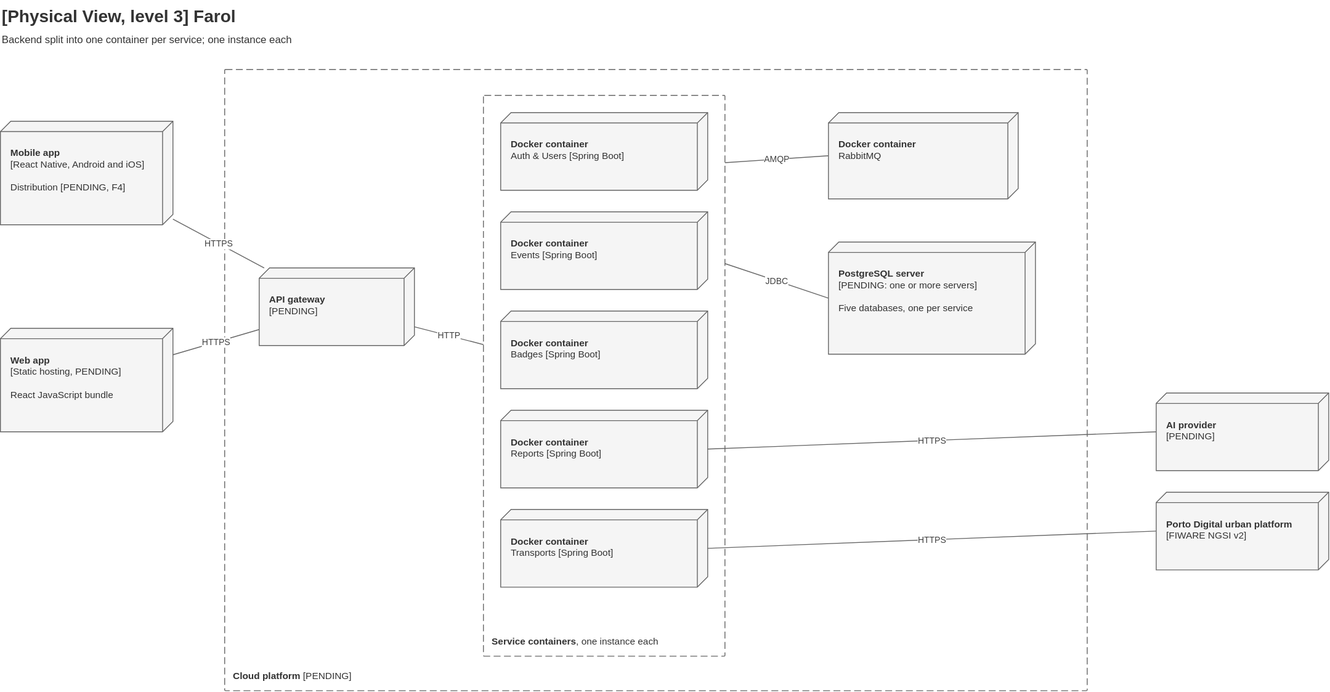
tomasoliveira21/LABDSOF keeps this draw.io diagram as Docs/Technical/diagrams/physical-view-level-3.drawio.svg. Above is the earlier version. Source tidied: cells renumbered, new cells last; positions are measured from the earlier drawing's top-left corner, leaving out a move shared by most shapes.
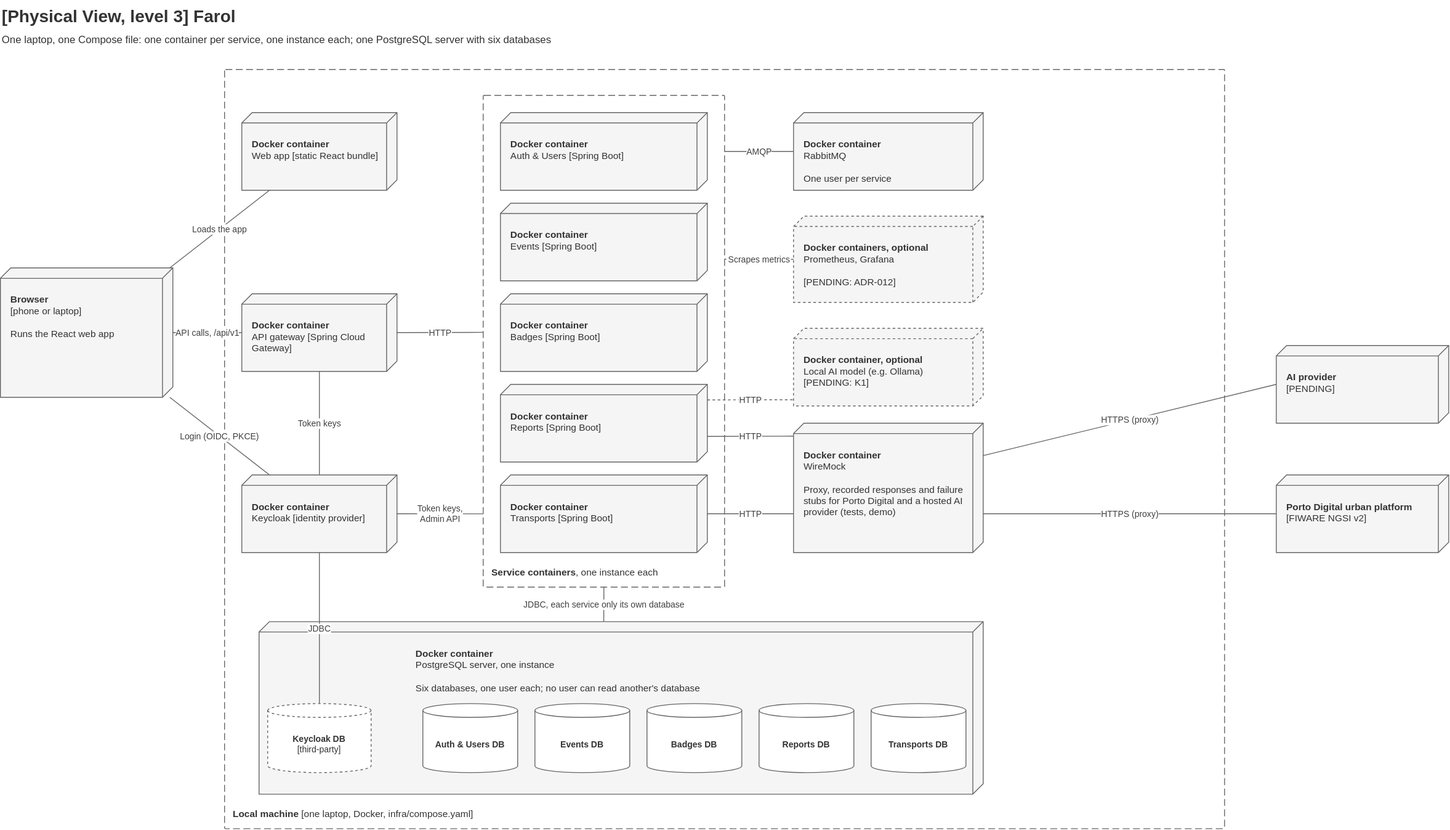
The same file after the commit.

What changed in the source:
```diff
@@ -2,71 +2,125 @@
   <root>
     <mxCell id="0" />
     <mxCell id="1" parent="0" />
-    <mxCell id="2" value="&lt;b&gt;[Physical View, level 3] Farol&lt;/b&gt;&lt;br&gt;&lt;font style=&quot;font-size:12px&quot;&gt;Backend split into one container per service; one instance each&lt;/font&gt;" style="text;html=1;align=left;verticalAlign=top;fontSize=20;fontColor=#333333;" parent="1" vertex="1">
-      <mxGeometry width="1000" height="60" as="geometry" />
+    <mxCell id="2" value="&lt;b&gt;[Physical View, level 3] Farol&lt;/b&gt;&lt;br&gt;&lt;font style=&quot;font-size:12px&quot;&gt;One laptop, one Compose file: one container per service, one instance each; one PostgreSQL server with six databases&lt;/font&gt;" style="text;html=1;align=left;verticalAlign=top;fontSize=20;fontColor=#333333;" parent="1" vertex="1">
+      <mxGeometry width="1100" height="60" as="geometry" />
     </mxCell>
-    <mxCell id="3" value="&lt;b&gt;Mobile app&lt;/b&gt;&lt;br&gt;[React Native, Android and iOS]&lt;br&gt;&lt;br&gt;Distribution [PENDING, F4]" style="shape=cube;size=12;flipH=1;whiteSpace=wrap;html=1;fillColor=#f5f5f5;strokeColor=#666666;fontColor=#333333;verticalAlign=top;align=left;spacing=12;spacingTop=14;fontSize=11;" parent="1" vertex="1">
-      <mxGeometry y="140" width="200" height="120" as="geometry" />
-    </mxCell>
-    <mxCell id="4" value="&lt;b&gt;Web app&lt;/b&gt;&lt;br&gt;[Static hosting, PENDING]&lt;br&gt;&lt;br&gt;React JavaScript bundle" style="shape=cube;size=12;flipH=1;whiteSpace=wrap;html=1;fillColor=#f5f5f5;strokeColor=#666666;fontColor=#333333;verticalAlign=top;align=left;spacing=12;spacingTop=14;fontSize=11;" parent="1" vertex="1">
-      <mxGeometry y="380" width="200" height="120" as="geometry" />
-    </mxCell>
-    <mxCell id="5" value="&lt;b&gt;Cloud platform&lt;/b&gt; [PENDING]" style="rounded=1;arcSize=2;absoluteArcSize=1;whiteSpace=wrap;html=1;dashed=1;dashPattern=8 4;fillColor=none;strokeColor=#666666;fontColor=#333333;align=left;verticalAlign=bottom;spacing=10;fontSize=11;" parent="1" vertex="1">
-      <mxGeometry x="260" y="80" width="1000" height="720" as="geometry" />
-    </mxCell>
+    <mxCell id="24" value="&lt;b&gt;Browser&lt;/b&gt;&lt;br&gt;[phone or laptop]&lt;br&gt;&lt;br&gt;Runs the React web app" style="shape=cube;size=12;flipH=1;whiteSpace=wrap;html=1;fillColor=#f5f5f5;strokeColor=#666666;fontColor=#333333;verticalAlign=top;align=left;spacing=12;spacingTop=14;fontSize=11;" parent="1" vertex="1">
+      <mxGeometry y="310" width="200" height="150" as="geometry" />
+    </mxCell>
+    <mxCell id="25" value="&lt;b&gt;Local machine&lt;/b&gt; [one laptop, Docker, infra/compose.yaml]" style="rounded=1;arcSize=2;absoluteArcSize=1;whiteSpace=wrap;html=1;dashed=1;dashPattern=8 4;fillColor=none;strokeColor=#666666;fontColor=#333333;align=left;verticalAlign=bottom;spacing=10;fontSize=11;" parent="1" vertex="1">
+      <mxGeometry x="260" y="80" width="1160" height="880" as="geometry" />
+    </mxCell>
+    <mxCell id="26" value="&lt;b&gt;Docker container&lt;/b&gt;&lt;br&gt;Web app [static React bundle]" style="shape=cube;size=12;flipH=1;whiteSpace=wrap;html=1;fillColor=#f5f5f5;strokeColor=#666666;fontColor=#333333;verticalAlign=top;align=left;spacing=12;spacingTop=14;fontSize=11;" parent="1" vertex="1">
+      <mxGeometry x="280" y="130" width="180" height="90" as="geometry" />
+    </mxCell>
-    <mxCell id="6" value="&lt;b&gt;API gateway&lt;/b&gt;&lt;br&gt;[PENDING]" style="shape=cube;size=12;flipH=1;whiteSpace=wrap;html=1;fillColor=#f5f5f5;strokeColor=#666666;fontColor=#333333;verticalAlign=top;align=left;spacing=12;spacingTop=14;fontSize=11;" parent="1" vertex="1">
-      <mxGeometry x="300" y="310" width="180" height="90" as="geometry" />
+    <mxCell id="6" value="&lt;b&gt;Docker container&lt;/b&gt;&lt;br&gt;API gateway [Spring Cloud Gateway]" style="shape=cube;size=12;flipH=1;whiteSpace=wrap;html=1;fillColor=#f5f5f5;strokeColor=#666666;fontColor=#333333;verticalAlign=top;align=left;spacing=12;spacingTop=14;fontSize=11;" parent="1" vertex="1">
+      <mxGeometry x="280" y="340" width="180" height="90" as="geometry" />
     </mxCell>
+    <mxCell id="27" value="&lt;b&gt;Docker container&lt;/b&gt;&lt;br&gt;Keycloak [identity provider]" style="shape=cube;size=12;flipH=1;whiteSpace=wrap;html=1;fillColor=#f5f5f5;strokeColor=#666666;fontColor=#333333;verticalAlign=top;align=left;spacing=12;spacingTop=14;fontSize=11;" parent="1" vertex="1">
+      <mxGeometry x="280" y="550" width="180" height="90" as="geometry" />
+    </mxCell>
     <mxCell id="7" value="&lt;b&gt;Service containers&lt;/b&gt;, one instance each" style="rounded=1;arcSize=2;absoluteArcSize=1;whiteSpace=wrap;html=1;dashed=1;dashPattern=8 4;fillColor=none;strokeColor=#666666;fontColor=#333333;align=left;verticalAlign=bottom;spacing=10;fontSize=11;" parent="1" vertex="1">
-      <mxGeometry x="560" y="110" width="280" height="650" as="geometry" />
+      <mxGeometry x="560" y="110" width="280" height="570" as="geometry" />
     </mxCell>
     <mxCell id="8" value="&lt;b&gt;Docker container&lt;/b&gt;&lt;br&gt;Auth &amp;amp; Users [Spring Boot]" style="shape=cube;size=12;flipH=1;whiteSpace=wrap;html=1;fillColor=#f5f5f5;strokeColor=#666666;fontColor=#333333;verticalAlign=top;align=left;spacing=12;spacingTop=14;fontSize=11;" parent="1" vertex="1">
       <mxGeometry x="580" y="130" width="240" height="90" as="geometry" />
     </mxCell>
     <mxCell id="9" value="&lt;b&gt;Docker container&lt;/b&gt;&lt;br&gt;Events [Spring Boot]" style="shape=cube;size=12;flipH=1;whiteSpace=wrap;html=1;fillColor=#f5f5f5;strokeColor=#666666;fontColor=#333333;verticalAlign=top;align=left;spacing=12;spacingTop=14;fontSize=11;" parent="1" vertex="1">
-      <mxGeometry x="580" y="245" width="240" height="90" as="geometry" />
+      <mxGeometry x="580" y="235" width="240" height="90" as="geometry" />
     </mxCell>
     <mxCell id="10" value="&lt;b&gt;Docker container&lt;/b&gt;&lt;br&gt;Badges [Spring Boot]" style="shape=cube;size=12;flipH=1;whiteSpace=wrap;html=1;fillColor=#f5f5f5;strokeColor=#666666;fontColor=#333333;verticalAlign=top;align=left;spacing=12;spacingTop=14;fontSize=11;" parent="1" vertex="1">
-      <mxGeometry x="580" y="360" width="240" height="90" as="geometry" />
+      <mxGeometry x="580" y="340" width="240" height="90" as="geometry" />
     </mxCell>
     <mxCell id="11" value="&lt;b&gt;Docker container&lt;/b&gt;&lt;br&gt;Reports [Spring Boot]" style="shape=cube;size=12;flipH=1;whiteSpace=wrap;html=1;fillColor=#f5f5f5;strokeColor=#666666;fontColor=#333333;verticalAlign=top;align=left;spacing=12;spacingTop=14;fontSize=11;" parent="1" vertex="1">
-      <mxGeometry x="580" y="475" width="240" height="90" as="geometry" />
+      <mxGeometry x="580" y="445" width="240" height="90" as="geometry" />
     </mxCell>
     <mxCell id="12" value="&lt;b&gt;Docker container&lt;/b&gt;&lt;br&gt;Transports [Spring Boot]" style="shape=cube;size=12;flipH=1;whiteSpace=wrap;html=1;fillColor=#f5f5f5;strokeColor=#666666;fontColor=#333333;verticalAlign=top;align=left;spacing=12;spacingTop=14;fontSize=11;" parent="1" vertex="1">
-      <mxGeometry x="580" y="590" width="240" height="90" as="geometry" />
+      <mxGeometry x="580" y="550" width="240" height="90" as="geometry" />
     </mxCell>
-    <mxCell id="13" value="&lt;b&gt;Docker container&lt;/b&gt;&lt;br&gt;RabbitMQ" style="shape=cube;size=12;flipH=1;whiteSpace=wrap;html=1;fillColor=#f5f5f5;strokeColor=#666666;fontColor=#333333;verticalAlign=top;align=left;spacing=12;spacingTop=14;fontSize=11;" parent="1" vertex="1">
-      <mxGeometry x="960" y="130" width="220" height="100" as="geometry" />
+    <mxCell id="13" value="&lt;b&gt;Docker container&lt;/b&gt;&lt;br&gt;RabbitMQ&lt;br&gt;&lt;br&gt;One user per service" style="shape=cube;size=12;flipH=1;whiteSpace=wrap;html=1;fillColor=#f5f5f5;strokeColor=#666666;fontColor=#333333;verticalAlign=top;align=left;spacing=12;spacingTop=14;fontSize=11;" parent="1" vertex="1">
+      <mxGeometry x="920" y="130" width="220" height="90" as="geometry" />
     </mxCell>
+    <mxCell id="28" value="&lt;b&gt;Docker containers, optional&lt;/b&gt;&lt;br&gt;Prometheus, Grafana&lt;br&gt;&lt;br&gt;[PENDING: ADR-012]" style="shape=cube;size=12;flipH=1;whiteSpace=wrap;html=1;fillColor=#f5f5f5;strokeColor=#666666;fontColor=#333333;verticalAlign=top;align=left;spacing=12;spacingTop=14;fontSize=11;dashed=1;" parent="1" vertex="1">
+      <mxGeometry x="920" y="250" width="220" height="100" as="geometry" />
+    </mxCell>
+    <mxCell id="29" value="&lt;b&gt;Docker container, optional&lt;/b&gt;&lt;br&gt;Local AI model (e.g. Ollama)&lt;br&gt;[PENDING: K1]" style="shape=cube;size=12;flipH=1;whiteSpace=wrap;html=1;fillColor=#f5f5f5;strokeColor=#666666;fontColor=#333333;verticalAlign=top;align=left;spacing=12;spacingTop=14;fontSize=11;dashed=1;" parent="1" vertex="1">
+      <mxGeometry x="920" y="380" width="220" height="90" as="geometry" />
+    </mxCell>
+    <mxCell id="30" value="&lt;b&gt;Docker container&lt;/b&gt;&lt;br&gt;WireMock&lt;br&gt;&lt;br&gt;Proxy, recorded responses and failure stubs for Porto Digital and a hosted AI provider (tests, demo)" style="shape=cube;size=12;flipH=1;whiteSpace=wrap;html=1;fillColor=#f5f5f5;strokeColor=#666666;fontColor=#333333;verticalAlign=top;align=left;spacing=12;spacingTop=14;fontSize=11;" parent="1" vertex="1">
+      <mxGeometry x="920" y="490" width="220" height="150" as="geometry" />
+    </mxCell>
-    <mxCell id="14" value="&lt;b&gt;PostgreSQL server&lt;/b&gt;&lt;br&gt;[PENDING: one or more servers]&lt;br&gt;&lt;br&gt;Five databases, one per service" style="shape=cube;size=12;flipH=1;whiteSpace=wrap;html=1;fillColor=#f5f5f5;strokeColor=#666666;fontColor=#333333;verticalAlign=top;align=left;spacing=12;spacingTop=14;fontSize=11;" parent="1" vertex="1">
-      <mxGeometry x="960" y="280" width="240" height="130" as="geometry" />
+    <mxCell id="14" value="&lt;b&gt;Docker container&lt;/b&gt;&lt;br&gt;PostgreSQL server, one instance&lt;br&gt;&lt;br&gt;Six databases, one user each; no user can read another's database" style="shape=cube;size=12;flipH=1;whiteSpace=wrap;html=1;fillColor=#f5f5f5;strokeColor=#666666;fontColor=#333333;verticalAlign=top;align=left;spacing=12;spacingTop=14;spacingLeft=170;fontSize=11;" parent="1" vertex="1">
+      <mxGeometry x="300" y="720" width="840" height="200" as="geometry" />
     </mxCell>
+    <mxCell id="31" value="&lt;b&gt;Keycloak DB&lt;/b&gt;&lt;br&gt;[third-party]" style="shape=cylinder3;whiteSpace=wrap;html=1;boundedLbl=1;size=8;fillColor=#ffffff;strokeColor=#666666;fontColor=#333333;fontSize=10;dashed=1;" parent="14" vertex="1">
+      <mxGeometry x="10" y="95" width="120" height="80" as="geometry" />
+    </mxCell>
+    <mxCell id="32" value="&lt;b&gt;Auth &amp;amp; Users DB&lt;/b&gt;" style="shape=cylinder3;whiteSpace=wrap;html=1;boundedLbl=1;size=8;fillColor=#ffffff;strokeColor=#666666;fontColor=#333333;fontSize=10;" parent="14" vertex="1">
+      <mxGeometry x="190" y="95" width="110" height="80" as="geometry" />
+    </mxCell>
+    <mxCell id="33" value="&lt;b&gt;Events DB&lt;/b&gt;" style="shape=cylinder3;whiteSpace=wrap;html=1;boundedLbl=1;size=8;fillColor=#ffffff;strokeColor=#666666;fontColor=#333333;fontSize=10;" parent="14" vertex="1">
+      <mxGeometry x="320" y="95" width="110" height="80" as="geometry" />
+    </mxCell>
+    <mxCell id="34" value="&lt;b&gt;Badges DB&lt;/b&gt;" style="shape=cylinder3;whiteSpace=wrap;html=1;boundedLbl=1;size=8;fillColor=#ffffff;strokeColor=#666666;fontColor=#333333;fontSize=10;" parent="14" vertex="1">
+      <mxGeometry x="450" y="95" width="110" height="80" as="geometry" />
+    </mxCell>
+    <mxCell id="35" value="&lt;b&gt;Reports DB&lt;/b&gt;" style="shape=cylinder3;whiteSpace=wrap;html=1;boundedLbl=1;size=8;fillColor=#ffffff;strokeColor=#666666;fontColor=#333333;fontSize=10;" parent="14" vertex="1">
+      <mxGeometry x="580" y="95" width="110" height="80" as="geometry" />
+    </mxCell>
+    <mxCell id="36" value="&lt;b&gt;Transports DB&lt;/b&gt;" style="shape=cylinder3;whiteSpace=wrap;html=1;boundedLbl=1;size=8;fillColor=#ffffff;strokeColor=#666666;fontColor=#333333;fontSize=10;" parent="14" vertex="1">
+      <mxGeometry x="710" y="95" width="110" height="80" as="geometry" />
+    </mxCell>
     <mxCell id="15" value="&lt;b&gt;AI provider&lt;/b&gt;&lt;br&gt;[PENDING]" style="shape=cube;size=12;flipH=1;whiteSpace=wrap;html=1;fillColor=#f5f5f5;strokeColor=#666666;fontColor=#333333;verticalAlign=top;align=left;spacing=12;spacingTop=14;fontSize=11;" parent="1" vertex="1">
-      <mxGeometry x="1340" y="455" width="200" height="90" as="geometry" />
+      <mxGeometry x="1480" y="400" width="200" height="90" as="geometry" />
     </mxCell>
     <mxCell id="16" value="&lt;b&gt;Porto Digital urban platform&lt;/b&gt;&lt;br&gt;[FIWARE NGSI v2]" style="shape=cube;size=12;flipH=1;whiteSpace=wrap;html=1;fillColor=#f5f5f5;strokeColor=#666666;fontColor=#333333;verticalAlign=top;align=left;spacing=12;spacingTop=14;fontSize=11;" parent="1" vertex="1">
-      <mxGeometry x="1340" y="570" width="200" height="90" as="geometry" />
+      <mxGeometry x="1480" y="550" width="200" height="90" as="geometry" />
     </mxCell>
-    <mxCell id="17" value="HTTPS" style="endArrow=none;html=1;fontSize=10;fontColor=#404040;strokeColor=#666666;rounded=0;labelBackgroundColor=#ffffff;" parent="1" edge="1" source="3" target="6">
-      <mxGeometry relative="1" as="geometry" />
-    </mxCell>
-    <mxCell id="18" value="HTTPS" style="endArrow=none;html=1;fontSize=10;fontColor=#404040;strokeColor=#666666;rounded=0;labelBackgroundColor=#ffffff;" parent="1" edge="1" source="4" target="6">
-      <mxGeometry relative="1" as="geometry" />
-    </mxCell>
+    <mxCell id="37" value="Loads the app" style="endArrow=none;html=1;fontSize=10;fontColor=#404040;strokeColor=#666666;rounded=0;labelBackgroundColor=#ffffff;" parent="1" edge="1" source="24" target="26">
+      <mxGeometry relative="1" as="geometry" />
+    </mxCell>
+    <mxCell id="38" value="API calls, /api/v1" style="endArrow=none;html=1;fontSize=10;fontColor=#404040;strokeColor=#666666;rounded=0;labelBackgroundColor=#ffffff;" parent="1" edge="1" source="24" target="6">
+      <mxGeometry relative="1" as="geometry" />
+    </mxCell>
+    <mxCell id="39" value="Login (OIDC, PKCE)" style="endArrow=none;html=1;fontSize=10;fontColor=#404040;strokeColor=#666666;rounded=0;labelBackgroundColor=#ffffff;" parent="1" edge="1" source="24" target="27">
+      <mxGeometry relative="1" as="geometry" />
+    </mxCell>
-    <mxCell id="19" value="HTTP" style="endArrow=none;html=1;fontSize=10;fontColor=#404040;strokeColor=#666666;rounded=0;labelBackgroundColor=#ffffff;" parent="1" edge="1" source="6" target="7">
+    <mxCell id="19" value="HTTP" style="endArrow=none;html=1;fontSize=10;fontColor=#404040;strokeColor=#666666;rounded=0;labelBackgroundColor=#ffffff;exitX=1;exitY=0.5;exitDx=0;exitDy=0;entryX=0;entryY=0.482;entryDx=0;entryDy=0;" parent="1" edge="1" source="6" target="7">
       <mxGeometry relative="1" as="geometry" />
     </mxCell>
+    <mxCell id="40" value="Token keys" style="endArrow=none;html=1;fontSize=10;fontColor=#404040;strokeColor=#666666;rounded=0;labelBackgroundColor=#ffffff;" parent="1" edge="1" source="6" target="27">
+      <mxGeometry relative="1" as="geometry" />
+    </mxCell>
+    <mxCell id="41" value="Token keys,&lt;br&gt;Admin API" style="endArrow=none;html=1;fontSize=10;fontColor=#404040;strokeColor=#666666;rounded=0;labelBackgroundColor=#ffffff;exitX=0;exitY=0.851;exitDx=0;exitDy=0;entryX=1;entryY=0.5;entryDx=0;entryDy=0;" parent="1" edge="1" source="7" target="27">
+      <mxGeometry relative="1" as="geometry" />
+    </mxCell>
+    <mxCell id="21" value="JDBC" style="exitX=0.5;exitY=1;exitDx=0;exitDy=0;entryX=0.5;entryY=0;entryDx=0;entryDy=0;endArrow=none;html=1;fontSize=10;fontColor=#404040;strokeColor=#666666;rounded=0;labelBackgroundColor=#ffffff;" parent="1" edge="1" source="27" target="31">
+      <mxGeometry relative="1" as="geometry" />
+    </mxCell>
+    <mxCell id="42" value="JDBC, each service only its own database" style="endArrow=none;html=1;fontSize=10;fontColor=#404040;strokeColor=#666666;rounded=0;labelBackgroundColor=#ffffff;exitX=0.5;exitY=1;exitDx=0;exitDy=0;entryX=0.476;entryY=0;entryDx=0;entryDy=0;" parent="1" edge="1" source="7" target="14">
+      <mxGeometry relative="1" as="geometry" />
+    </mxCell>
-    <mxCell id="20" value="AMQP" style="endArrow=none;html=1;fontSize=10;fontColor=#404040;strokeColor=#666666;rounded=0;labelBackgroundColor=#ffffff;exitX=1;exitY=0.12;exitDx=0;exitDy=0;entryX=0;entryY=0.5;entryDx=0;entryDy=0;" parent="1" edge="1" source="7" target="13">
+    <mxCell id="20" value="AMQP" style="endArrow=none;html=1;fontSize=10;fontColor=#404040;strokeColor=#666666;rounded=0;labelBackgroundColor=#ffffff;exitX=1;exitY=0.114;exitDx=0;exitDy=0;entryX=0;entryY=0.5;entryDx=0;entryDy=0;" parent="1" edge="1" source="7" target="13">
       <mxGeometry relative="1" as="geometry" />
     </mxCell>
-    <mxCell id="21" value="JDBC" style="endArrow=none;html=1;fontSize=10;fontColor=#404040;strokeColor=#666666;rounded=0;labelBackgroundColor=#ffffff;exitX=1;exitY=0.3;exitDx=0;exitDy=0;entryX=0;entryY=0.5;entryDx=0;entryDy=0;" parent="1" edge="1" source="7" target="14">
-      <mxGeometry relative="1" as="geometry" />
-    </mxCell>
-    <mxCell id="22" value="HTTPS" style="endArrow=none;html=1;fontSize=10;fontColor=#404040;strokeColor=#666666;rounded=0;labelBackgroundColor=#ffffff;exitX=1;exitY=0.5;exitDx=0;exitDy=0;entryX=0;entryY=0.5;entryDx=0;entryDy=0;" parent="1" edge="1" source="11" target="15">
-      <mxGeometry relative="1" as="geometry" />
-    </mxCell>
-    <mxCell id="23" value="HTTPS" style="endArrow=none;html=1;fontSize=10;fontColor=#404040;strokeColor=#666666;rounded=0;labelBackgroundColor=#ffffff;exitX=1;exitY=0.5;exitDx=0;exitDy=0;entryX=0;entryY=0.5;entryDx=0;entryDy=0;" parent="1" edge="1" source="12" target="16">
-      <mxGeometry relative="1" as="geometry" />
-    </mxCell>
+    <mxCell id="43" value="Scrapes metrics" style="endArrow=none;html=1;fontSize=10;fontColor=#404040;strokeColor=#666666;rounded=0;labelBackgroundColor=#ffffff;dashed=1;exitX=0;exitY=0.5;exitDx=0;exitDy=0;entryX=1;entryY=0.333;entryDx=0;entryDy=0;" parent="1" edge="1" source="28" target="7">
+      <mxGeometry relative="1" as="geometry" />
+    </mxCell>
+    <mxCell id="44" value="HTTP" style="endArrow=none;html=1;fontSize=10;fontColor=#404040;strokeColor=#666666;rounded=0;labelBackgroundColor=#ffffff;dashed=1;exitX=1;exitY=0.2;exitDx=0;exitDy=0;entryX=0;entryY=0.92;entryDx=0;entryDy=0;" parent="1" edge="1" source="11" target="29">
+      <mxGeometry relative="1" as="geometry" />
+    </mxCell>
+    <mxCell id="45" value="HTTP" style="endArrow=none;html=1;fontSize=10;fontColor=#404040;strokeColor=#666666;rounded=0;labelBackgroundColor=#ffffff;exitX=1;exitY=0.67;exitDx=0;exitDy=0;entryX=0;entryY=0.1;entryDx=0;entryDy=0;" parent="1" edge="1" source="11" target="30">
+      <mxGeometry relative="1" as="geometry" />
+    </mxCell>
+    <mxCell id="46" value="HTTP" style="endArrow=none;html=1;fontSize=10;fontColor=#404040;strokeColor=#666666;rounded=0;labelBackgroundColor=#ffffff;exitX=1;exitY=0.5;exitDx=0;exitDy=0;entryX=0;entryY=0.7;entryDx=0;entryDy=0;" parent="1" edge="1" source="12" target="30">
+      <mxGeometry relative="1" as="geometry" />
+    </mxCell>
+    <mxCell id="47" value="HTTPS (proxy)" style="endArrow=none;html=1;fontSize=10;fontColor=#404040;strokeColor=#666666;rounded=0;labelBackgroundColor=#ffffff;exitX=1;exitY=0.25;exitDx=0;exitDy=0;entryX=0;entryY=0.5;entryDx=0;entryDy=0;" parent="1" edge="1" source="30" target="15">
+      <mxGeometry relative="1" as="geometry" />
+    </mxCell>
+    <mxCell id="48" value="HTTPS (proxy)" style="endArrow=none;html=1;fontSize=10;fontColor=#404040;strokeColor=#666666;rounded=0;labelBackgroundColor=#ffffff;exitX=1;exitY=0.7;exitDx=0;exitDy=0;entryX=0;entryY=0.5;entryDx=0;entryDy=0;" parent="1" edge="1" source="30" target="16">
+      <mxGeometry relative="1" as="geometry" />
+    </mxCell>
   </root>
 </mxGraphModel>
```
